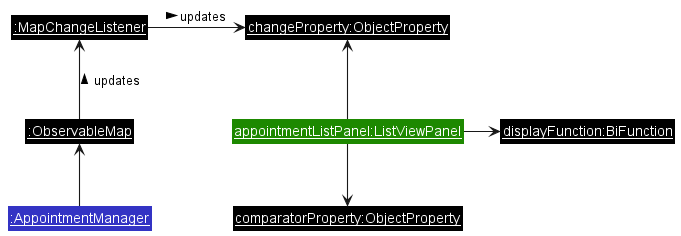
Before: docs/images/UiListViewPanelApptObjectDiagram.png, a diagram exported from PlantUML (nus-cs2103-AY2223S2/tp). The source it was exported from:
```plantuml
@startuml UiListViewPanelApptObjectDiagram
!include style.puml

skinparam RoundCorner 0

skinparam arrowThickness 1.1

hide <<hidden>> stereotype

<style>
    .hidden {
        BackGroundColor transparent
        BorderColor transparent
        FontColor transparent
        LineColor transparent
        StereotypeFontColor transparent
    }
</style>

Class "<u>appointmentListPanel:ListViewPanel</u>" as ListViewPanel UI_COLOR
Class "<u>displayFunction:BiFunction</u>" as BiFunction #000000
Class "<u>comparatorProperty:ObjectProperty</u>" as ComparatorProperty #000000
Class "<u>changeProperty:ObjectProperty</u>" as ChangeProperty #000000

Class "<u>:MapChangeListener</u>" as MapChangeListener #000000
Class "<u>:ObservableMap</u>" as ObservableMap #000000
Class "<u>:AppointmentManager</u>" as AppointmentManager LOGIC_COLOR

ListViewPanel -up-> ChangeProperty
ListViewPanel -right-> BiFunction
ListViewPanel -down-> ComparatorProperty

MapChangeListener -> ChangeProperty : updates >

ObservableMap -up-> MapChangeListener : updates >

AppointmentManager -up-> ObservableMap

@enduml
```
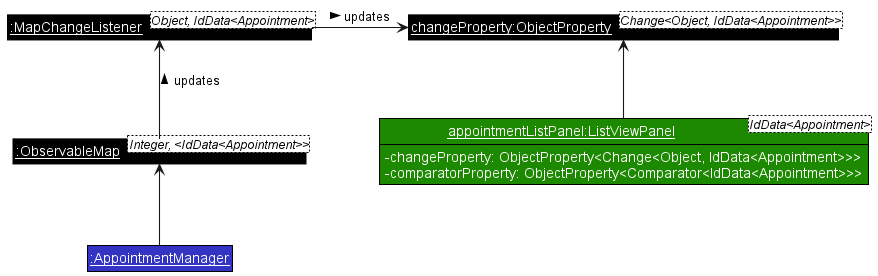
The same diagram one commit later.

What changed in the source:
```diff
@@ -17,18 +17,18 @@
     }
 </style>
 
-Class "<u>appointmentListPanel:ListViewPanel</u>" as ListViewPanel UI_COLOR
-Class "<u>displayFunction:BiFunction</u>" as BiFunction #000000
-Class "<u>comparatorProperty:ObjectProperty</u>" as ComparatorProperty #000000
-Class "<u>changeProperty:ObjectProperty</u>" as ChangeProperty #000000
+Class "<u>appointmentListPanel:ListViewPanel</u><IdData<Appointment>>" as ListViewPanel UI_COLOR {
+    -changeProperty: ObjectProperty<Change<Object, IdData<Appointment>>>
+    -comparatorProperty: ObjectProperty<Comparator<IdData<Appointment>>>
+}
+show ListViewPanel fields
+Class "<u>changeProperty:ObjectProperty</u><Change<Object, IdData<Appointment>>>" as ChangeProperty #000000
 
-Class "<u>:MapChangeListener</u>" as MapChangeListener #000000
-Class "<u>:ObservableMap</u>" as ObservableMap #000000
+Class "<u>:MapChangeListener</u><Object, IdData<Appointment>>" as MapChangeListener #000000
+Class "<u>:ObservableMap</u><Integer, <IdData<Appointment>>>" as ObservableMap #000000
 Class "<u>:AppointmentManager</u>" as AppointmentManager LOGIC_COLOR
 
 ListViewPanel -up-> ChangeProperty
-ListViewPanel -right-> BiFunction
-ListViewPanel -down-> ComparatorProperty
 
 MapChangeListener -> ChangeProperty : updates >
 
```
